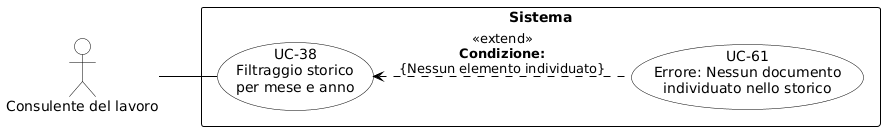
The PlantUML diagram RTB/Analisi dei Requisiti/diagrammi_use_case/UC-38.png in aLittleByte-19/Documentazione, before a commit.
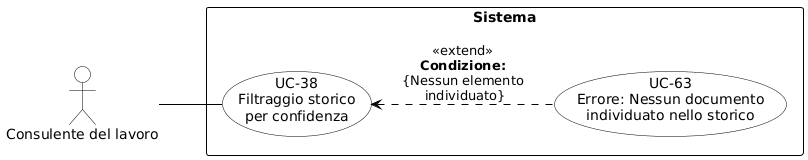
Above is the later version.

Change to the diagram source:
```diff
@@ -2,8 +2,6 @@
 skinparam shadowing false
 skinparam defaultFontName Arial
 left to right direction
-skinparam nodesep 15
-skinparam ranksep 50
 
 skinparam usecase {
     BackgroundColor white
@@ -19,14 +17,14 @@
     FontStyle bold
 }
 
-actor "Consulente del lavoro" as CL
+actor "Consulente del lavoro" as cdl
 
 rectangle "Sistema" {
-    usecase "UC-38\nFiltraggio storico\nper mese e anno" as UC38
-    usecase "UC-61\nErrore: Nessun documento\nindividuato nello storico" as UC61
+    usecase "UC-38\nFiltraggio storico\nper confidenza" as UC38
+    usecase "UC-63\nErrore: Nessun documento\nindividuato nello storico" as UC63
 
-    UC38 <.. UC61 : <<extend>>\n**Condizione:**\n{Nessun elemento individuato}
+    UC63 .up.> UC38 : «extend»\n<b>Condizione:</b>\n{Nessun elemento\n individuato}
 }
 
-CL -- UC38
+cdl -- UC38
 @enduml
```
